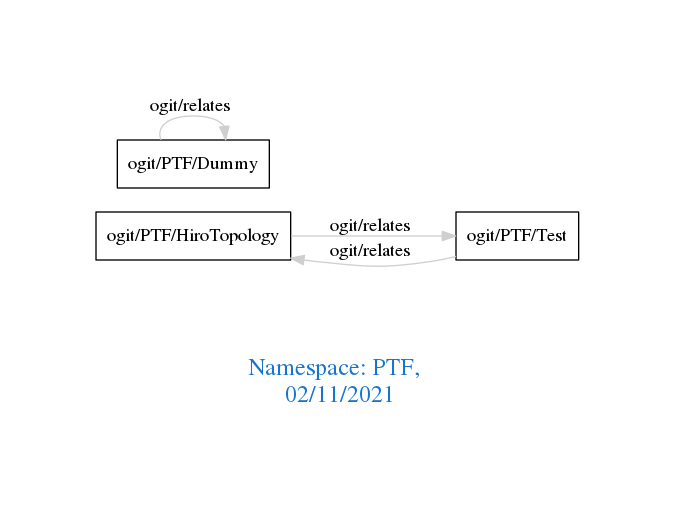
The Graphviz diagram downloads/PTF.png in arago/OGIT, before a commit. Its source is kept beside it as downloads/PTF.dot.
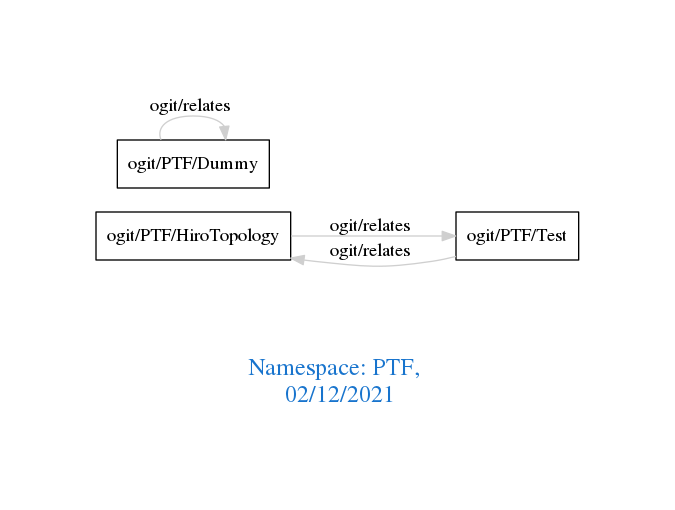
After the commit.

Diff of the diagram source:
```diff
@@ -1,7 +1,7 @@
 digraph OGIT_ontology {
  graph [ rankdir= LR,pad=1
 fontsize = 18,
-fontcolor= dodgerblue3,label = "\n\n\nNamespace: PTF, \n 02/11/2021"];
+fontcolor= dodgerblue3,label = "\n\n\nNamespace: PTF, \n 02/12/2021"];
 node[shape=polygon];
 edge [  color="gray81"];
 
```
